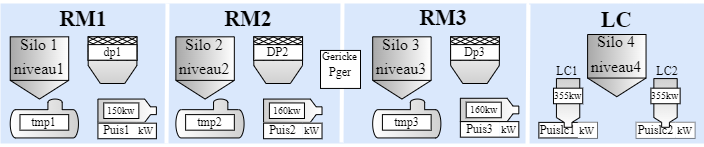
Above: Untitled Diagram.drawio.png in bharatdataabsolute/diagrams (draw.io), before the change. Source tidied: cells renumbered, new cells last; positions are measured from the earlier drawing's top-left corner, leaving out a move shared by most shapes.
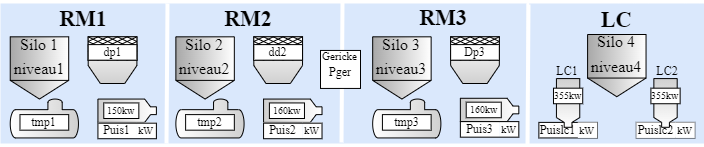
After the change.

Diff of the diagram source:
```diff
@@ -83,7 +83,7 @@
     <mxCell id="27" value="tmp2" style="whiteSpace=wrap;html=1;fontFamily=roboto;fontSource=https%3A%2F%2Ffonts.googleapis.com%2Fcss%3Ffamily%3Droboto;" parent="4" vertex="1">
       <mxGeometry x="185.1" y="112.1" width="48.7" height="15.6" as="geometry" />
     </mxCell>
-    <mxCell id="28" value="DP2" style="whiteSpace=wrap;html=1;fontFamily=roboto;fontSource=https%3A%2F%2Ffonts.googleapis.com%2Fcss%3Ffamily%3Droboto;" parent="4" vertex="1">
+    <mxCell id="28" value="dd2" style="whiteSpace=wrap;html=1;fontFamily=roboto;fontSource=https%3A%2F%2Ffonts.googleapis.com%2Fcss%3Ffamily%3Droboto;" parent="4" vertex="1">
       <mxGeometry x="253.3" y="42.1" width="48.7" height="15.6" as="geometry" />
     </mxCell>
     <mxCell id="29" value="Silo 2" style="text;html=1;strokeColor=none;fillColor=none;align=center;verticalAlign=middle;whiteSpace=wrap;rounded=0;fontSize=16;fontFamily=roboto;fontSource=https%3A%2F%2Ffonts.googleapis.com%2Fcss%3Ffamily%3Droboto;" parent="4" vertex="1">
```
